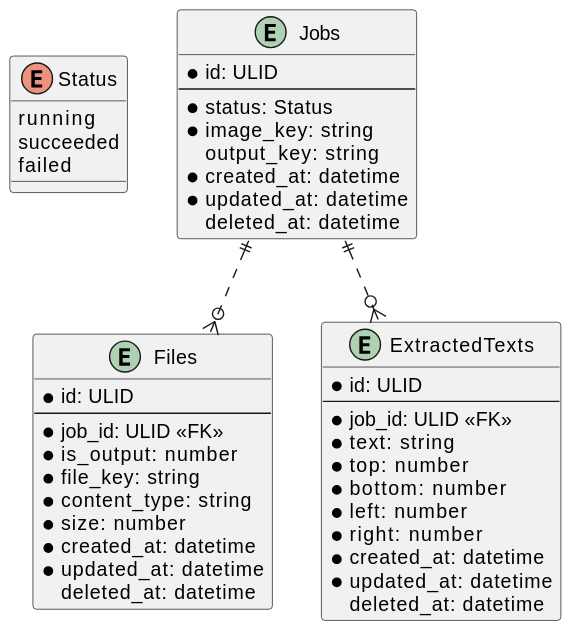
ijufumi/google-vision-sample keeps this PlantUML diagram as docs/tables.svg. Above is the earlier version.
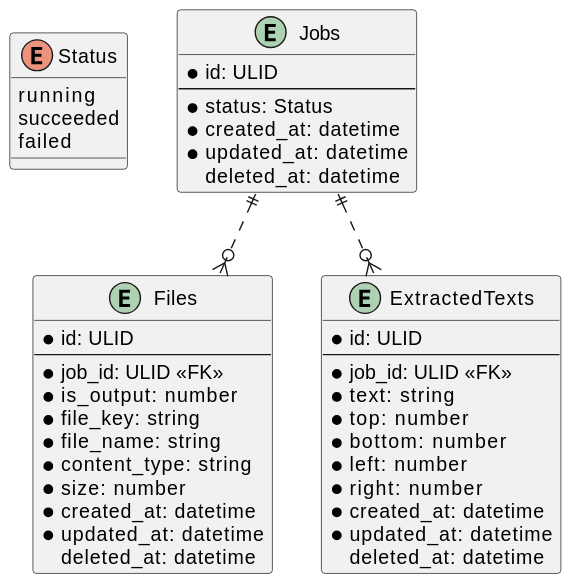
After the commit.

What changed in the source:
```diff
@@ -9,8 +9,6 @@
   * id: ULID
   --
   * status: Status
-  * image_key: string
-    output_key: string
   * created_at: datetime
   * updated_at: datetime
     deleted_at: datetime
@@ -22,6 +20,7 @@
   * job_id: ULID <<FK>>
   * is_output: number
   * file_key: string
+  * file_name: string
   * content_type: string
   * size: number
   * created_at: datetime
```
